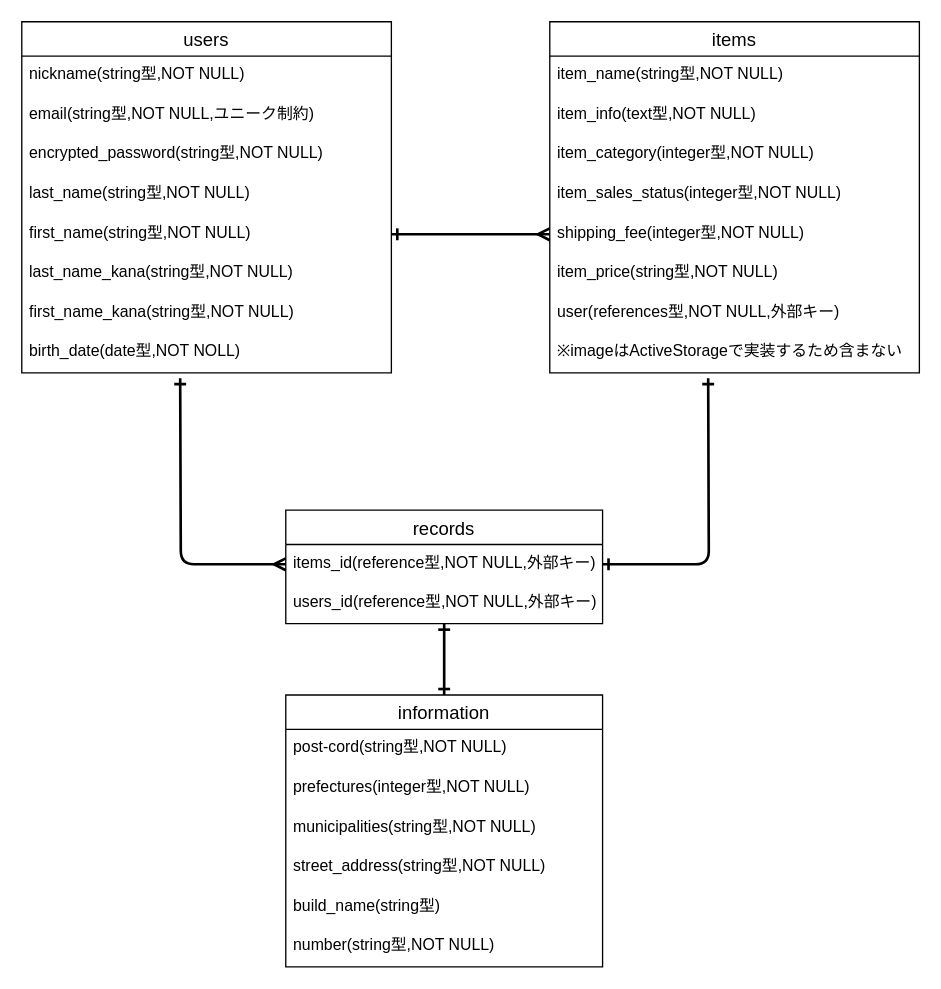
shinya0117/furima-39325 keeps this draw.io diagram as ER.dio. Above is the earlier version. Source tidied: cells renumbered, new cells numbered last; positions are measured from the earlier drawing's top-left corner, leaving out a move shared by most shapes. Both pictures are drawn from the tidied source at 132%, with x=0, y=0 at pixel (21, 21).
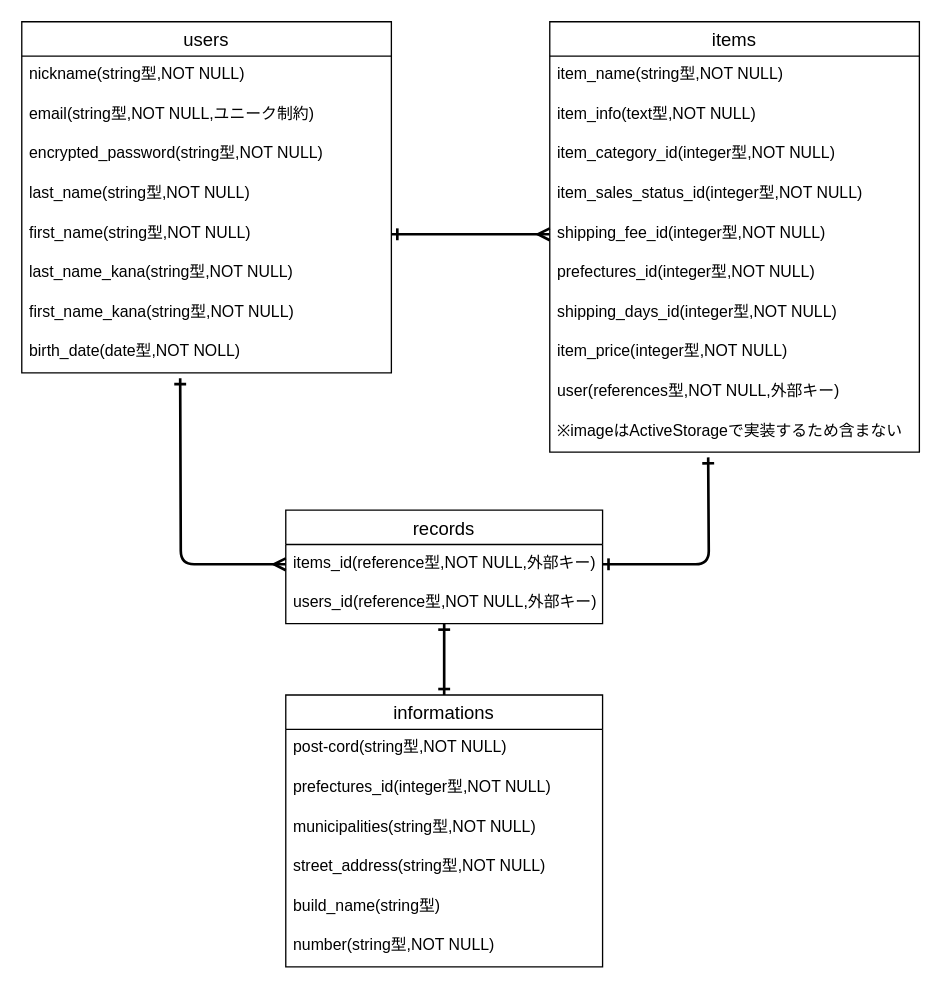
The same page after the edit.

The change refers to these unchanged cells:
```xml
<mxCell id="21" value="items_id(reference型,NOT NULL,外部キー)" style="text;strokeColor=none;fillColor=none;spacingLeft=4;spacingRight=4;overflow=hidden;points=[[0,0.5],[1,0.5]];portConstraint=eastwest;fontSize=12;" parent="20" vertex="1">
  <mxGeometry y="26" width="240" height="30" as="geometry" />
</mxCell>
```

The edit, as a diff of the source:
```diff
@@
     <mxCell id="11" value="items" style="swimlane;fontStyle=0;horizontal=1;startSize=26;align=center;fontSize=14;" parent="1" vertex="1">
-      <mxGeometry x="400" width="280" height="266" as="geometry" />
+      <mxGeometry x="400" width="280" height="326" as="geometry" />
     </mxCell>
@@
-    <mxCell id="14" value="item_category(integer型,NOT NULL)" style="text;strokeColor=none;fillColor=none;spacingLeft=4;spacingRight=4;overflow=hidden;fontSize=12;" parent="11" vertex="1">
+    <mxCell id="14" value="item_category_id(integer型,NOT NULL)" style="text;strokeColor=none;fillColor=none;spacingLeft=4;spacingRight=4;overflow=hidden;fontSize=12;" parent="11" vertex="1">
       <mxGeometry y="86" width="280" height="30" as="geometry" />
     </mxCell>
-    <mxCell id="15" value="item_sales_status(integer型,NOT NULL)" style="text;strokeColor=none;fillColor=none;spacingLeft=4;spacingRight=4;overflow=hidden;fontSize=12;" parent="11" vertex="1">
+    <mxCell id="15" value="item_sales_status_id(integer型,NOT NULL)" style="text;strokeColor=none;fillColor=none;spacingLeft=4;spacingRight=4;overflow=hidden;fontSize=12;" parent="11" vertex="1">
       <mxGeometry y="116" width="280" height="30" as="geometry" />
     </mxCell>
-    <mxCell id="16" value="shipping_fee(integer型,NOT NULL)" style="text;strokeColor=none;fillColor=none;spacingLeft=4;spacingRight=4;overflow=hidden;points=[[0,0.5],[1,0.5]];portConstraint=eastwest;fontSize=12;" parent="11" vertex="1">
+    <mxCell id="16" value="shipping_fee_id(integer型,NOT NULL)" style="text;strokeColor=none;fillColor=none;spacingLeft=4;spacingRight=4;overflow=hidden;points=[[0,0.5],[1,0.5]];portConstraint=eastwest;fontSize=12;" parent="11" vertex="1">
       <mxGeometry y="146" width="280" height="30" as="geometry" />
     </mxCell>
+    <mxCell id="34" value="prefectures_id(integer型,NOT NULL)" style="text;strokeColor=none;fillColor=none;spacingLeft=4;spacingRight=4;overflow=hidden;fontSize=12;" parent="11" vertex="1">
+      <mxGeometry y="176" width="280" height="30" as="geometry" />
+    </mxCell>
+    <mxCell id="35" value="shipping_days_id(integer型,NOT NULL)" style="text;strokeColor=none;fillColor=none;spacingLeft=4;spacingRight=4;overflow=hidden;fontSize=12;" parent="11" vertex="1">
+      <mxGeometry y="206" width="280" height="30" as="geometry" />
+    </mxCell>
-    <mxCell id="17" value="item_price(string型,NOT NULL)" style="text;strokeColor=none;fillColor=none;spacingLeft=4;spacingRight=4;overflow=hidden;fontSize=12;" parent="11" vertex="1">
-      <mxGeometry y="176" width="280" height="30" as="geometry" />
+    <mxCell id="17" value="item_price(integer型,NOT NULL)" style="text;strokeColor=none;fillColor=none;spacingLeft=4;spacingRight=4;overflow=hidden;fontSize=12;" parent="11" vertex="1">
+      <mxGeometry y="236" width="280" height="30" as="geometry" />
     </mxCell>
     <mxCell id="18" value="user(references型,NOT NULL,外部キー)" style="text;strokeColor=none;fillColor=none;spacingLeft=4;spacingRight=4;overflow=hidden;fontSize=12;" parent="11" vertex="1">
-      <mxGeometry y="206" width="280" height="30" as="geometry" />
+      <mxGeometry y="266" width="280" height="30" as="geometry" />
     </mxCell>
     <mxCell id="19" value="※imageはActiveStorageで実装するため含まない" style="text;strokeColor=none;fillColor=none;spacingLeft=4;spacingRight=4;overflow=hidden;fontSize=12;" parent="11" vertex="1">
-      <mxGeometry y="236" width="280" height="30" as="geometry" />
+      <mxGeometry y="296" width="280" height="30" as="geometry" />
     </mxCell>
@@
-    <mxCell id="24" value="information" style="swimlane;fontStyle=0;horizontal=1;startSize=26;align=center;fontSize=14;" parent="1" vertex="1">
+    <mxCell id="24" value="informations" style="swimlane;fontStyle=0;horizontal=1;startSize=26;align=center;fontSize=14;" parent="1" vertex="1">
       <mxGeometry x="200" y="510" width="240" height="206" as="geometry" />
     </mxCell>
@@
-    <mxCell id="26" value="prefectures(integer型,NOT NULL)" style="text;strokeColor=none;fillColor=none;spacingLeft=4;spacingRight=4;overflow=hidden;fontSize=12;" parent="24" vertex="1">
+    <mxCell id="26" value="prefectures_id(integer型,NOT NULL)" style="text;strokeColor=none;fillColor=none;spacingLeft=4;spacingRight=4;overflow=hidden;fontSize=12;" parent="24" vertex="1">
       <mxGeometry y="56" width="240" height="30" as="geometry" />
     </mxCell>
@@
-    <mxCell id="33" style="edgeStyle=orthogonalEdgeStyle;html=1;exitX=1;exitY=0.5;exitDx=0;exitDy=0;strokeWidth=2;startArrow=ERone;startFill=0;endArrow=ERone;endFill=0;" parent="1" edge="1" source="21">
-      <mxGeometry relative="1" as="geometry">
-        <mxPoint x="520" y="270" as="targetPoint" />
-      </mxGeometry>
-    </mxCell>
+    <mxCell id="36" style="edgeStyle=orthogonalEdgeStyle;html=1;exitX=1;exitY=0.5;exitDx=0;exitDy=0;strokeWidth=2;startArrow=ERone;startFill=0;endArrow=ERone;endFill=0;" parent="1" edge="1" source="21">
+      <mxGeometry relative="1" as="geometry">
+        <mxPoint x="520" y="330" as="targetPoint" />
+      </mxGeometry>
+    </mxCell>
```
